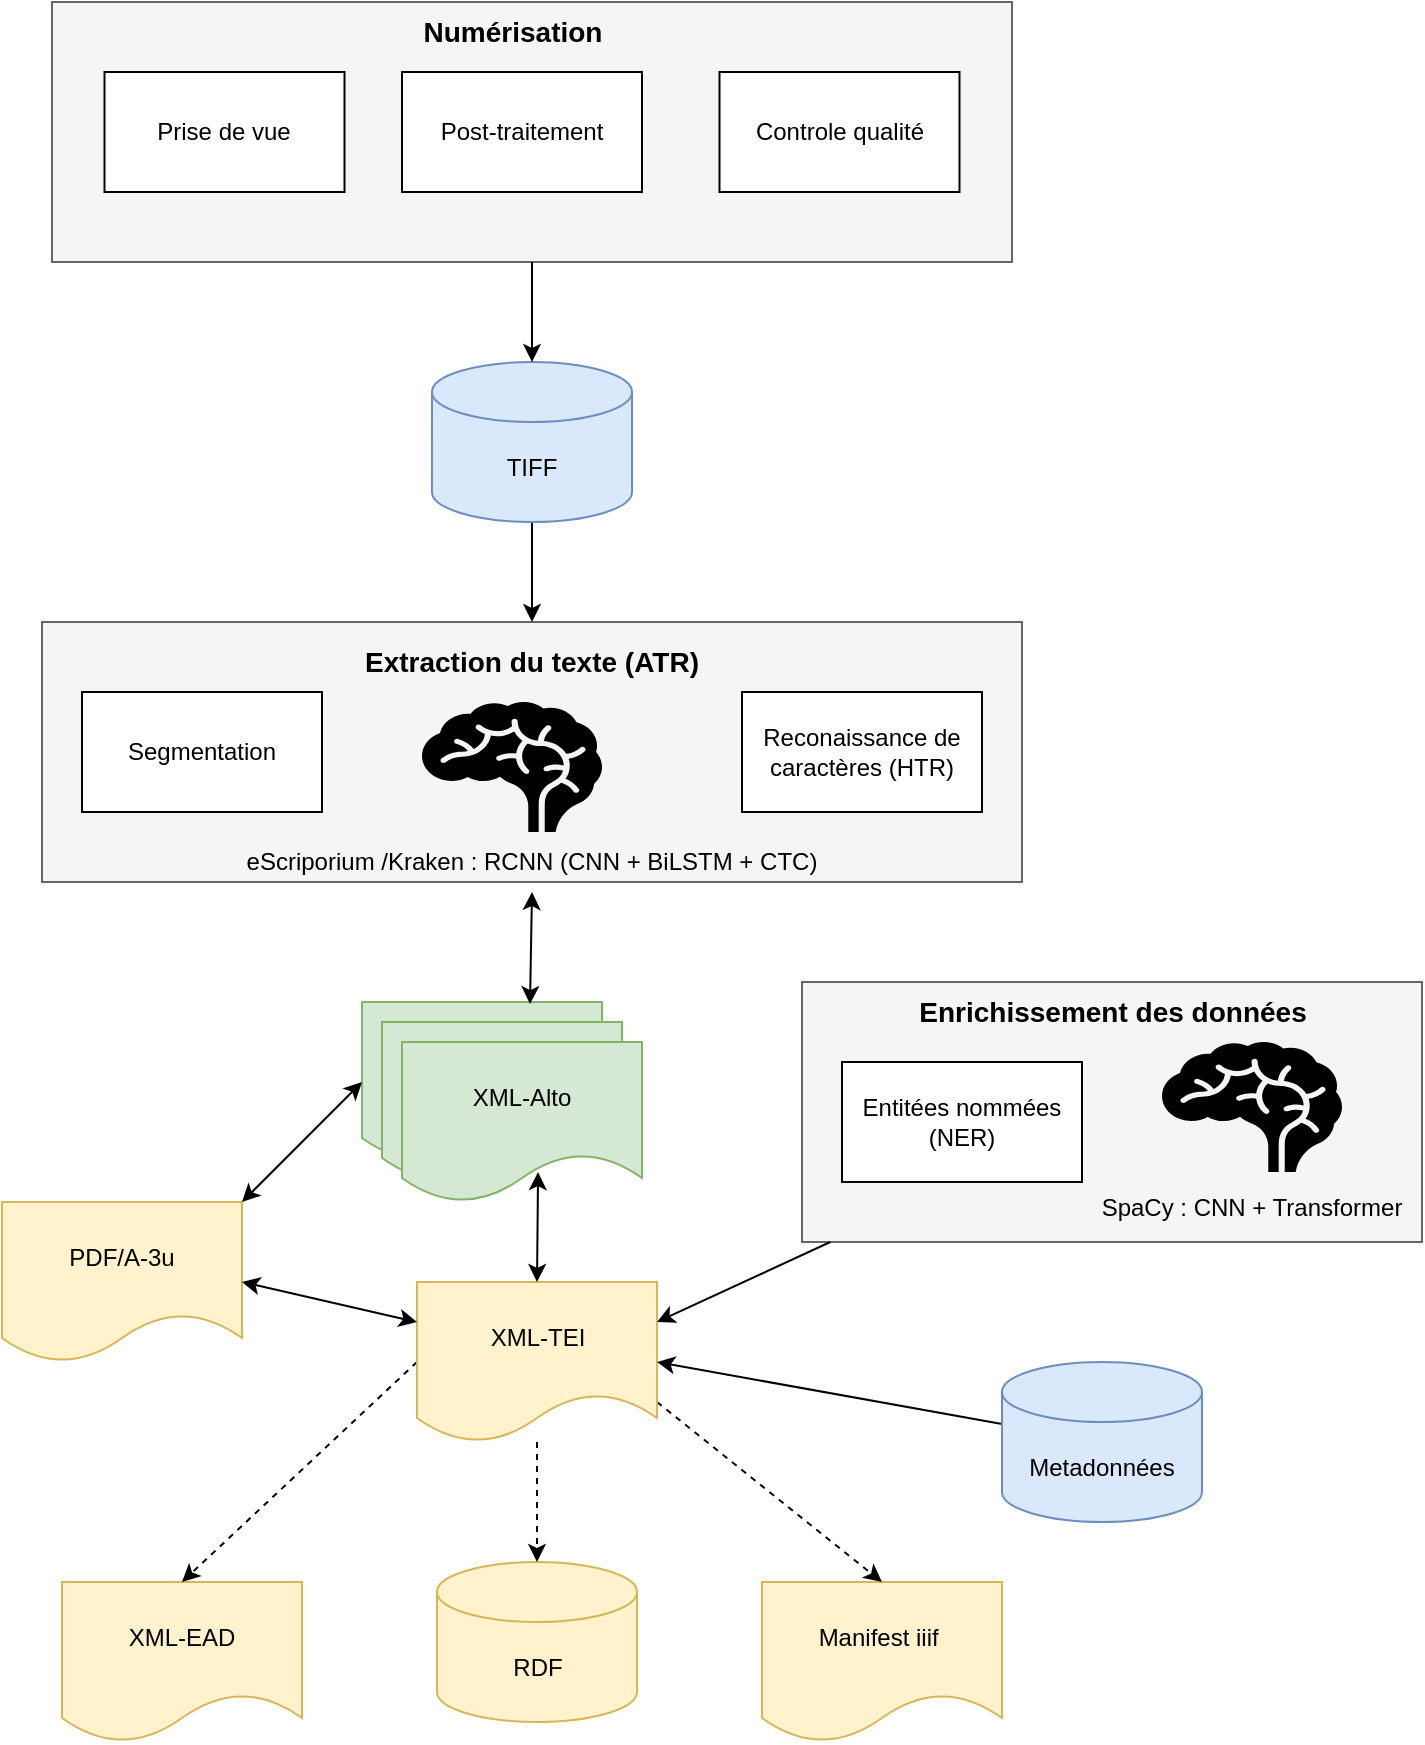
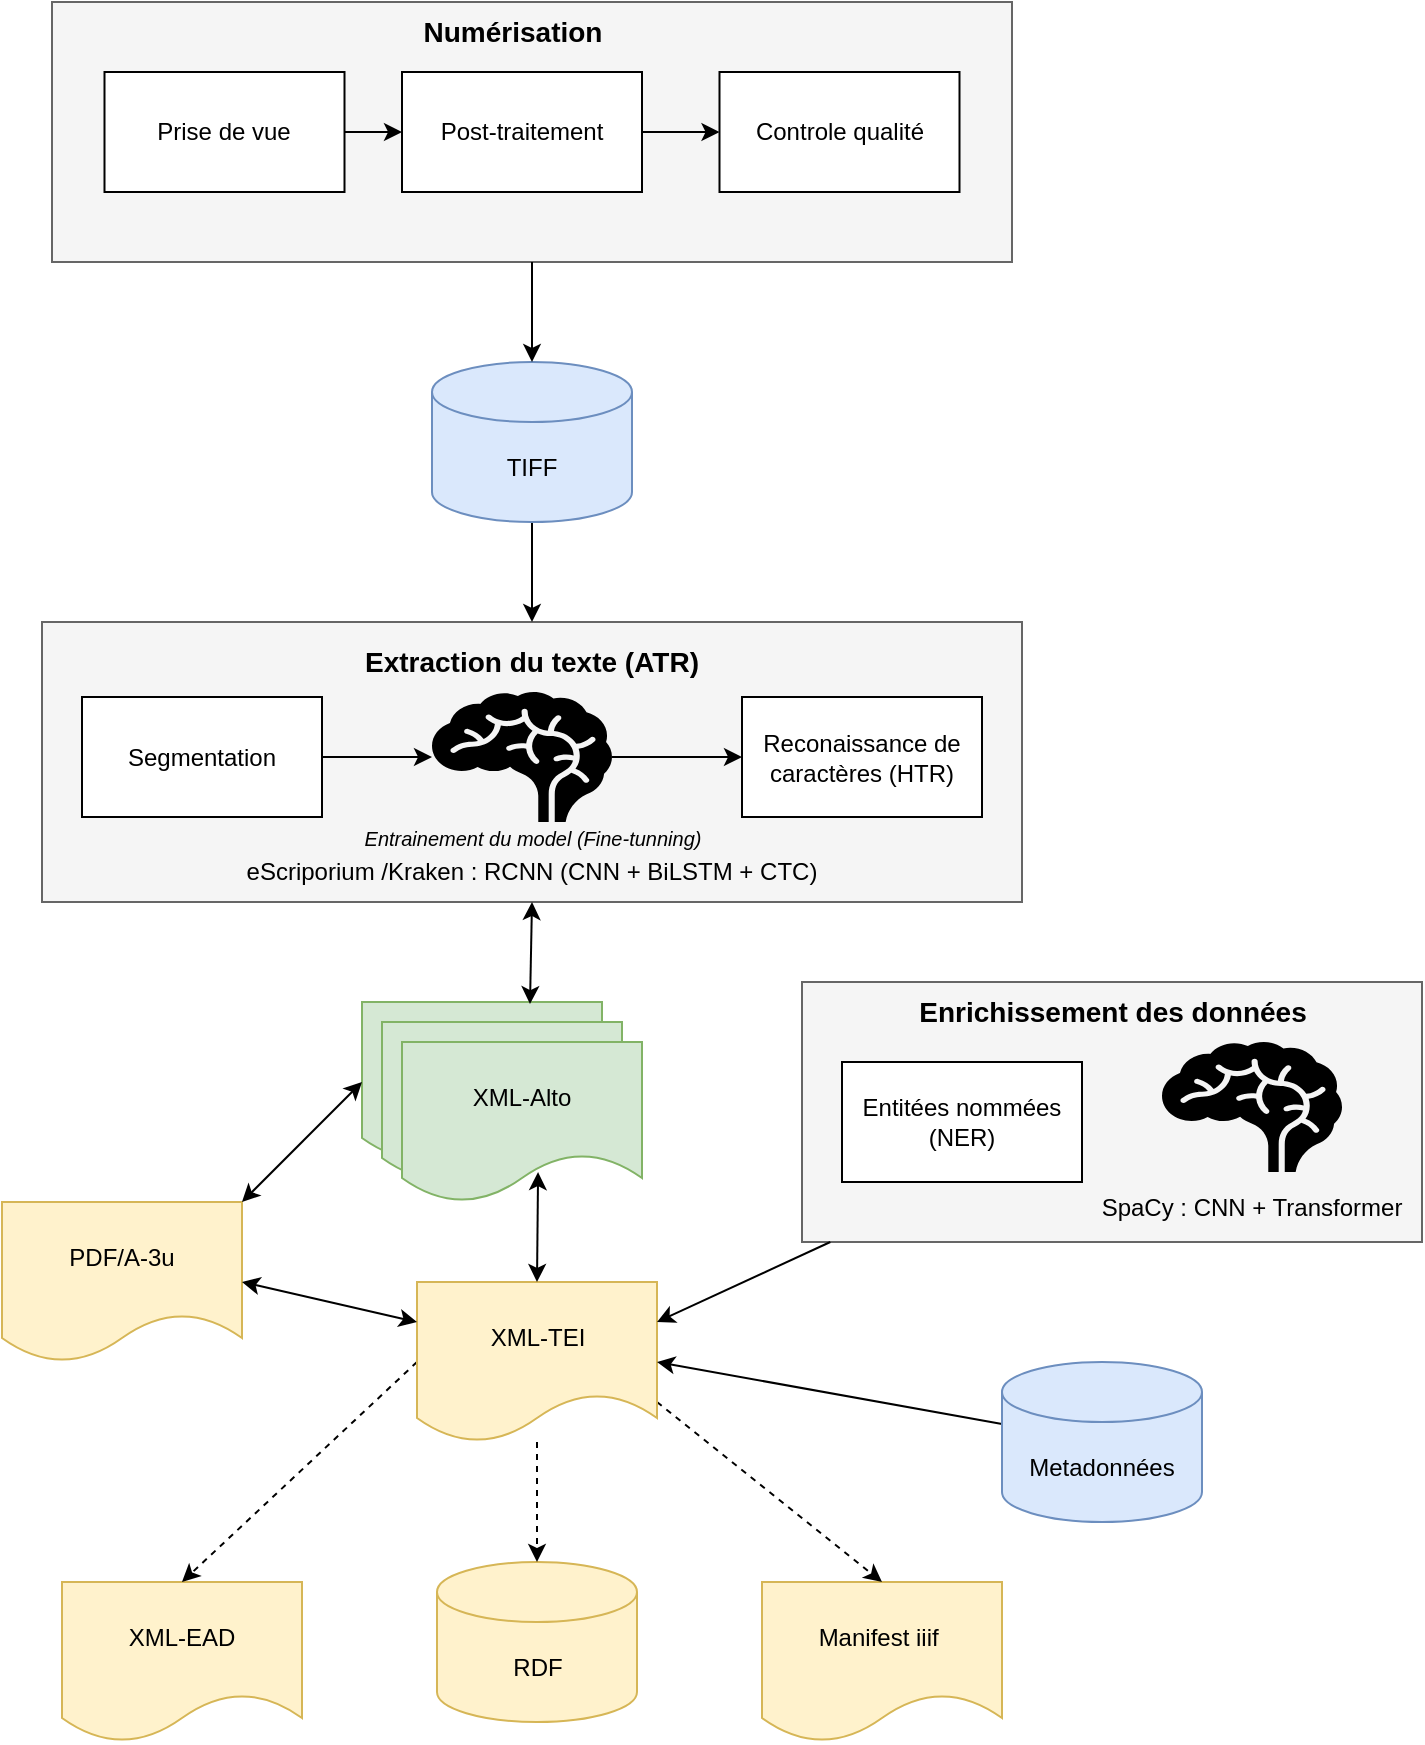
<mxfile host="65bd71144e">
    <diagram id="PfVsFIltbASOX7sMuARJ" name="Page-1">
-         <mxGraphModel dx="2306" dy="1139" grid="1" gridSize="10" guides="1" tooltips="1" connect="1" arrows="1" fold="1" page="1" pageScale="1" pageWidth="850" pageHeight="1100" math="0" shadow="0">
+         <mxGraphModel dx="1318" dy="651" grid="1" gridSize="10" guides="1" tooltips="1" connect="1" arrows="1" fold="1" page="1" pageScale="1" pageWidth="850" pageHeight="1100" math="0" shadow="0">
            <root>
                <mxCell id="0"/>
                <mxCell id="1" parent="0"/>
                <mxCell id="14" value="" style="rounded=0;whiteSpace=wrap;html=1;fillColor=#f5f5f5;fontColor=#333333;strokeColor=#666666;" parent="1" vertex="1">
-                     <mxGeometry x="150" y="590" width="490" height="130" as="geometry"/>
+                     <mxGeometry x="150" y="590" width="490" height="140" as="geometry"/>
                </mxCell>
                <mxCell id="2" value="" style="shape=document;whiteSpace=wrap;html=1;boundedLbl=1;fillColor=#d5e8d4;strokeColor=#82b366;" parent="1" vertex="1">
                    <mxGeometry x="310" y="780" width="120" height="80" as="geometry"/>
                </mxCell>
                <mxCell id="28" style="edgeStyle=none;html=1;exitX=0.5;exitY=1;exitDx=0;exitDy=0;exitPerimeter=0;entryX=0.5;entryY=0;entryDx=0;entryDy=0;" parent="1" source="3" target="14" edge="1">
                    <mxGeometry relative="1" as="geometry"/>
                </mxCell>
                <mxCell id="3" value="TIFF" style="shape=cylinder3;whiteSpace=wrap;html=1;boundedLbl=1;backgroundOutline=1;size=15;fillColor=#dae8fc;strokeColor=#6c8ebf;" parent="1" vertex="1">
                    <mxGeometry x="345" y="460" width="100" height="80" as="geometry"/>
                </mxCell>
+                 <mxCell id="57" value="" style="edgeStyle=none;html=1;" edge="1" parent="1" source="6" target="39">
+                     <mxGeometry relative="1" as="geometry"/>
+                 </mxCell>
                <mxCell id="6" value="Segmentation" style="rounded=0;whiteSpace=wrap;html=1;" parent="1" vertex="1">
-                     <mxGeometry x="170" y="625" width="120" height="60" as="geometry"/>
+                     <mxGeometry x="170" y="627.5" width="120" height="60" as="geometry"/>
                </mxCell>
                <mxCell id="7" value="Reconaissance de caractères (HTR)" style="rounded=0;whiteSpace=wrap;html=1;" parent="1" vertex="1">
-                     <mxGeometry x="500" y="625" width="120" height="60" as="geometry"/>
+                     <mxGeometry x="500" y="627.5" width="120" height="60" as="geometry"/>
                </mxCell>
                <mxCell id="8" value="" style="shape=document;whiteSpace=wrap;html=1;boundedLbl=1;fillColor=#d5e8d4;strokeColor=#82b366;" parent="1" vertex="1">
                    <mxGeometry x="320" y="790" width="120" height="80" as="geometry"/>
                </mxCell>
                <mxCell id="9" value="XML-Alto" style="shape=document;whiteSpace=wrap;html=1;boundedLbl=1;fillColor=#d5e8d4;strokeColor=#82b366;" parent="1" vertex="1">
                    <mxGeometry x="330" y="800" width="120" height="80" as="geometry"/>
                </mxCell>
                <mxCell id="10" value="RDF" style="shape=cylinder3;whiteSpace=wrap;html=1;boundedLbl=1;backgroundOutline=1;size=15;fillColor=#fff2cc;strokeColor=#d6b656;" parent="1" vertex="1">
                    <mxGeometry x="347.5" y="1060" width="100" height="80" as="geometry"/>
                </mxCell>
                <mxCell id="12" value="XML-EAD" style="shape=document;whiteSpace=wrap;html=1;boundedLbl=1;fillColor=#fff2cc;strokeColor=#d6b656;" parent="1" vertex="1">
                    <mxGeometry x="160" y="1070" width="120" height="80" as="geometry"/>
                </mxCell>
                <mxCell id="13" value="Manifest iiif&amp;nbsp;" style="shape=document;whiteSpace=wrap;html=1;boundedLbl=1;fillColor=#fff2cc;strokeColor=#d6b656;" parent="1" vertex="1">
                    <mxGeometry x="510" y="1070" width="120" height="80" as="geometry"/>
                </mxCell>
                <mxCell id="15" value="&lt;b&gt;&lt;font style=&quot;font-size: 14px;&quot;&gt;Extraction du texte (ATR)&lt;/font&gt;&lt;/b&gt;" style="text;html=1;align=center;verticalAlign=middle;whiteSpace=wrap;rounded=0;" parent="1" vertex="1">
                    <mxGeometry x="301.25" y="595" width="187.5" height="30" as="geometry"/>
                </mxCell>
                <mxCell id="16" value="" style="rounded=0;whiteSpace=wrap;html=1;fillColor=#f5f5f5;fontColor=#333333;strokeColor=#666666;" parent="1" vertex="1">
                    <mxGeometry x="155" y="280" width="480" height="130" as="geometry"/>
                </mxCell>
                <mxCell id="17" value="&lt;font style=&quot;font-size: 14px;&quot;&gt;&lt;b&gt;Numérisation&lt;/b&gt;&lt;/font&gt;" style="text;html=1;align=center;verticalAlign=middle;whiteSpace=wrap;rounded=0;" parent="1" vertex="1">
                    <mxGeometry x="312.5" y="280" width="145" height="30" as="geometry"/>
                </mxCell>
                <mxCell id="23" style="edgeStyle=none;html=1;entryX=0.5;entryY=0;entryDx=0;entryDy=0;dashed=1;exitX=1;exitY=0.75;exitDx=0;exitDy=0;" parent="1" source="19" target="13" edge="1">
                    <mxGeometry relative="1" as="geometry"/>
                </mxCell>
                <mxCell id="25" style="edgeStyle=none;html=1;exitX=0;exitY=0.5;exitDx=0;exitDy=0;entryX=0.5;entryY=0;entryDx=0;entryDy=0;dashed=1;" parent="1" source="19" target="12" edge="1">
                    <mxGeometry relative="1" as="geometry"/>
                </mxCell>
                <mxCell id="19" value="XML-TEI" style="shape=document;whiteSpace=wrap;html=1;boundedLbl=1;fillColor=#fff2cc;strokeColor=#d6b656;" parent="1" vertex="1">
                    <mxGeometry x="337.5" y="920" width="120" height="80" as="geometry"/>
                </mxCell>
                <mxCell id="24" style="edgeStyle=none;html=1;entryX=0.5;entryY=0;entryDx=0;entryDy=0;entryPerimeter=0;dashed=1;" parent="1" source="19" target="10" edge="1">
                    <mxGeometry relative="1" as="geometry"/>
                </mxCell>
+                 <mxCell id="55" value="" style="edgeStyle=none;html=1;" edge="1" parent="1" source="29" target="30">
+                     <mxGeometry relative="1" as="geometry"/>
+                 </mxCell>
                <mxCell id="29" value="Prise de vue" style="rounded=0;whiteSpace=wrap;html=1;" parent="1" vertex="1">
                    <mxGeometry x="181.25" y="315" width="120" height="60" as="geometry"/>
+                 </mxCell>
+                 <mxCell id="56" value="" style="edgeStyle=none;html=1;" edge="1" parent="1" source="30" target="31">
+                     <mxGeometry relative="1" as="geometry"/>
                </mxCell>
                <mxCell id="30" value="Post-traitement" style="rounded=0;whiteSpace=wrap;html=1;" parent="1" vertex="1">
                    <mxGeometry x="330" y="315" width="120" height="60" as="geometry"/>
                </mxCell>
                <mxCell id="31" value="Controle qualité" style="rounded=0;whiteSpace=wrap;html=1;" parent="1" vertex="1">
                    <mxGeometry x="488.75" y="315" width="120" height="60" as="geometry"/>
                </mxCell>
                <mxCell id="34" style="edgeStyle=none;html=1;entryX=1;entryY=0.5;entryDx=0;entryDy=0;" parent="1" source="33" target="19" edge="1">
                    <mxGeometry relative="1" as="geometry"/>
                </mxCell>
                <mxCell id="33" value="Metadonnées" style="shape=cylinder3;whiteSpace=wrap;html=1;boundedLbl=1;backgroundOutline=1;size=15;fillColor=#dae8fc;strokeColor=#6c8ebf;" parent="1" vertex="1">
                    <mxGeometry x="630" y="960" width="100" height="80" as="geometry"/>
                </mxCell>
                <mxCell id="35" value="" style="rounded=0;whiteSpace=wrap;html=1;fillColor=#f5f5f5;fontColor=#333333;strokeColor=#666666;" parent="1" vertex="1">
                    <mxGeometry x="530" y="770" width="310" height="130" as="geometry"/>
                </mxCell>
                <mxCell id="36" value="&lt;b&gt;&lt;font style=&quot;font-size: 14px;&quot;&gt;Enrichissement des données&lt;/font&gt;&lt;/b&gt;" style="text;html=1;align=center;verticalAlign=middle;whiteSpace=wrap;rounded=0;" parent="1" vertex="1">
                    <mxGeometry x="585.63" y="770" width="198.75" height="30" as="geometry"/>
                </mxCell>
                <mxCell id="37" value="Entitées nommées (NER)" style="rounded=0;whiteSpace=wrap;html=1;" parent="1" vertex="1">
                    <mxGeometry x="550" y="810" width="120" height="60" as="geometry"/>
                </mxCell>
                <mxCell id="38" value="" style="shape=mxgraph.signs.healthcare.brain;html=1;pointerEvents=1;fillColor=#000000;strokeColor=none;verticalLabelPosition=bottom;verticalAlign=top;align=center;sketch=0;" parent="1" vertex="1">
                    <mxGeometry x="710" y="800" width="90" height="65" as="geometry"/>
                </mxCell>
+                 <mxCell id="60" style="edgeStyle=none;html=1;" edge="1" parent="1" source="39" target="7">
+                     <mxGeometry relative="1" as="geometry"/>
+                 </mxCell>
                <mxCell id="39" value="" style="shape=mxgraph.signs.healthcare.brain;html=1;pointerEvents=1;fillColor=#000000;strokeColor=none;verticalLabelPosition=bottom;verticalAlign=top;align=center;sketch=0;" parent="1" vertex="1">
-                     <mxGeometry x="340" y="630" width="90" height="65" as="geometry"/>
+                     <mxGeometry x="345" y="625" width="90" height="65" as="geometry"/>
                </mxCell>
                <mxCell id="40" value="eScriporium /Kraken : RCNN (CNN + BiLSTM + CTC)" style="text;html=1;align=center;verticalAlign=middle;whiteSpace=wrap;rounded=0;" parent="1" vertex="1">
-                     <mxGeometry x="245" y="695" width="300" height="30" as="geometry"/>
+                     <mxGeometry x="245" y="700" width="300" height="30" as="geometry"/>
                </mxCell>
                <mxCell id="41" value="SpaCy : CNN + Transformer" style="text;html=1;align=center;verticalAlign=middle;whiteSpace=wrap;rounded=0;" parent="1" vertex="1">
                    <mxGeometry x="670" y="870" width="170" height="25" as="geometry"/>
                </mxCell>
                <mxCell id="44" style="edgeStyle=none;html=1;entryX=1;entryY=0.25;entryDx=0;entryDy=0;" parent="1" source="35" target="19" edge="1">
                    <mxGeometry relative="1" as="geometry">
                        <mxPoint x="600" y="950" as="targetPoint"/>
                    </mxGeometry>
                </mxCell>
                <mxCell id="45" style="edgeStyle=none;html=1;entryX=0.5;entryY=0;entryDx=0;entryDy=0;entryPerimeter=0;" parent="1" source="16" target="3" edge="1">
                    <mxGeometry relative="1" as="geometry"/>
                </mxCell>
                <mxCell id="49" value="" style="endArrow=classic;startArrow=classic;html=1;entryX=0.567;entryY=0.813;entryDx=0;entryDy=0;entryPerimeter=0;exitX=0.5;exitY=0;exitDx=0;exitDy=0;" parent="1" source="19" target="9" edge="1">
                    <mxGeometry width="50" height="50" relative="1" as="geometry">
                        <mxPoint x="385" y="920" as="sourcePoint"/>
                        <mxPoint x="435" y="870" as="targetPoint"/>
                    </mxGeometry>
                </mxCell>
-                 <mxCell id="50" value="" style="endArrow=classic;startArrow=classic;html=1;entryX=0.5;entryY=1;entryDx=0;entryDy=0;exitX=0.7;exitY=0.013;exitDx=0;exitDy=0;exitPerimeter=0;" parent="1" source="2" target="40" edge="1">
+                 <mxCell id="50" value="" style="endArrow=classic;startArrow=classic;html=1;exitX=0.7;exitY=0.013;exitDx=0;exitDy=0;exitPerimeter=0;" parent="1" source="2" edge="1">
                    <mxGeometry width="50" height="50" relative="1" as="geometry">
                        <mxPoint x="395.5" y="790" as="sourcePoint"/>
-                         <mxPoint x="394.5" y="732" as="targetPoint"/>
+                         <mxPoint x="395" y="730" as="targetPoint"/>
                    </mxGeometry>
                </mxCell>
-                 <mxCell id="51" value="PDF/A-3u" style="shape=document;whiteSpace=wrap;html=1;boundedLbl=1;fillColor=#fff2cc;strokeColor=#d6b656;" vertex="1" parent="1">
+                 <mxCell id="51" value="PDF/A-3u" style="shape=document;whiteSpace=wrap;html=1;boundedLbl=1;fillColor=#fff2cc;strokeColor=#d6b656;" parent="1" vertex="1">
                    <mxGeometry x="130" y="880" width="120" height="80" as="geometry"/>
                </mxCell>
-                 <mxCell id="53" value="" style="endArrow=classic;startArrow=classic;html=1;entryX=0;entryY=0.5;entryDx=0;entryDy=0;exitX=1;exitY=0;exitDx=0;exitDy=0;exitPerimeter=0;" edge="1" parent="1" source="51" target="2">
+                 <mxCell id="53" value="" style="endArrow=classic;startArrow=classic;html=1;entryX=0;entryY=0.5;entryDx=0;entryDy=0;exitX=1;exitY=0;exitDx=0;exitDy=0;exitPerimeter=0;" parent="1" source="51" target="2" edge="1">
                    <mxGeometry width="50" height="50" relative="1" as="geometry">
                        <mxPoint x="408" y="930" as="sourcePoint"/>
                        <mxPoint x="408" y="875" as="targetPoint"/>
                    </mxGeometry>
                </mxCell>
-                 <mxCell id="54" value="" style="endArrow=classic;startArrow=classic;html=1;entryX=0;entryY=0.25;entryDx=0;entryDy=0;exitX=1;exitY=0.5;exitDx=0;exitDy=0;" edge="1" parent="1" source="51" target="19">
+                 <mxCell id="54" value="" style="endArrow=classic;startArrow=classic;html=1;entryX=0;entryY=0.25;entryDx=0;entryDy=0;exitX=1;exitY=0.5;exitDx=0;exitDy=0;" parent="1" source="51" target="19" edge="1">
                    <mxGeometry width="50" height="50" relative="1" as="geometry">
                        <mxPoint x="260" y="890" as="sourcePoint"/>
                        <mxPoint x="320" y="830" as="targetPoint"/>
                    </mxGeometry>
                </mxCell>
+                 <mxCell id="61" value="&lt;font style=&quot;font-size: 10px;&quot;&gt;&lt;i&gt;Entrainement du model (Fine-tunning)&lt;/i&gt;&lt;/font&gt;" style="text;html=1;align=center;verticalAlign=middle;whiteSpace=wrap;rounded=0;" vertex="1" parent="1">
+                     <mxGeometry x="272.5" y="690" width="245" height="15" as="geometry"/>
+                 </mxCell>
            </root>
        </mxGraphModel>
    </diagram>
</mxfile>